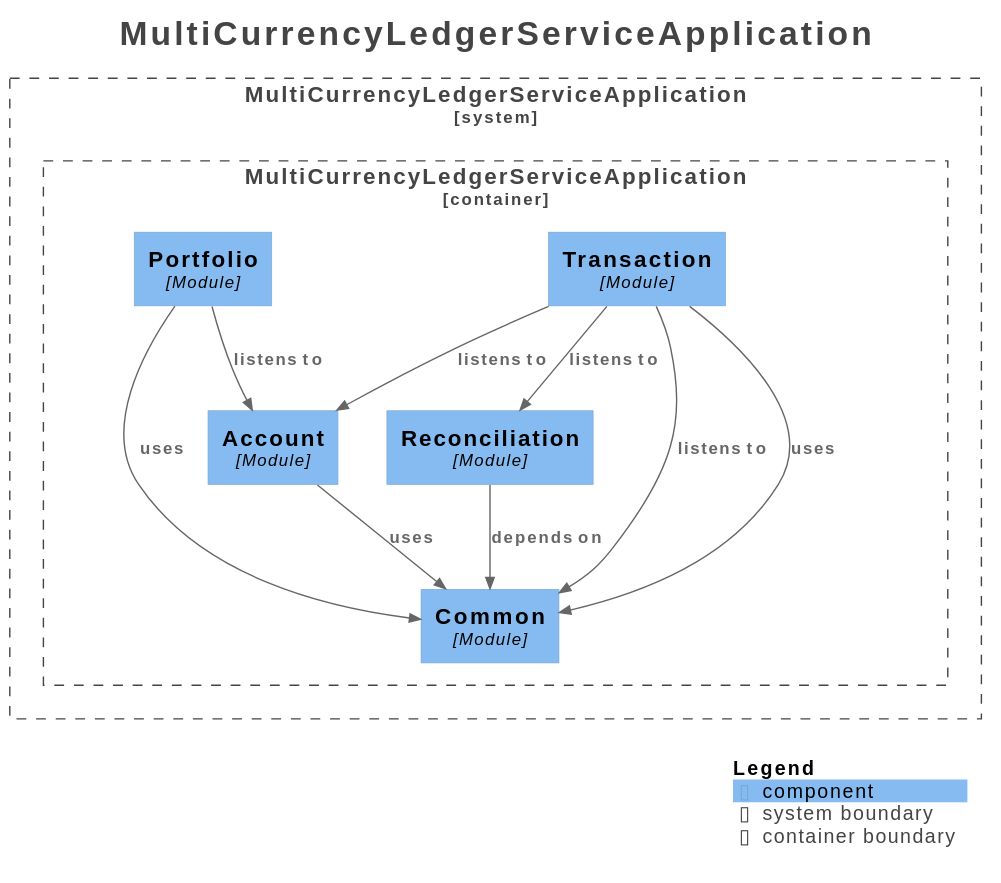
Before: docs/architecture/modulith/components.svg, a diagram exported from PlantUML (RaonJena99/multi-currency-ledger-service).
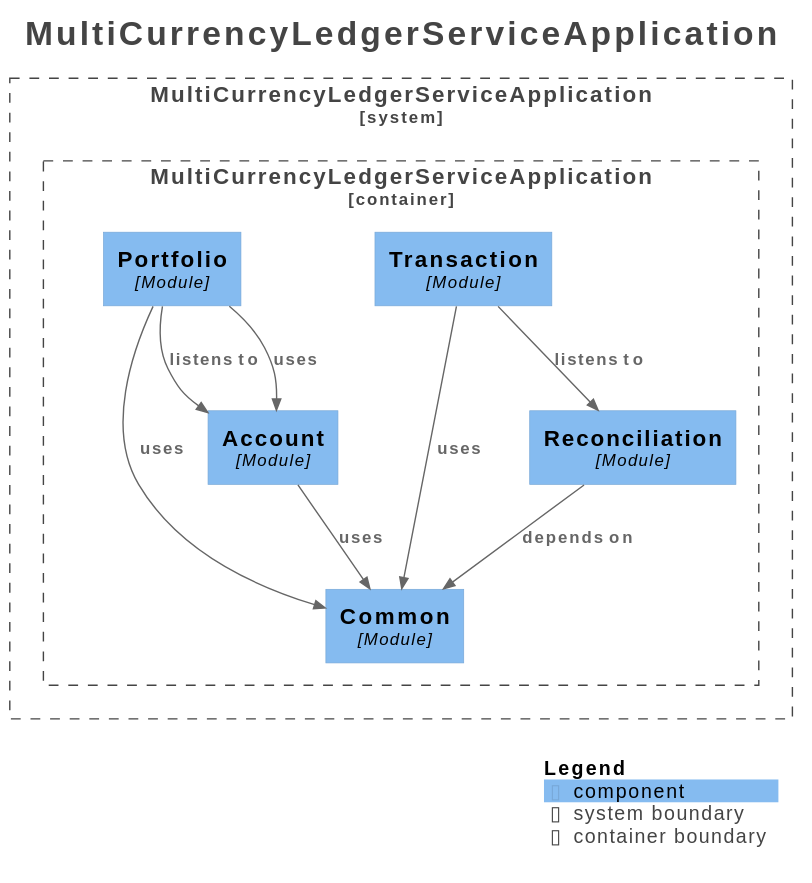
After the change.

Diff of the diagram source:
```diff
@@ -26,14 +26,13 @@
 
 }
 
-Rel(MultiCurrencyLedgerServiceApplication.MultiCurrencyLedgerServiceApplication.Portfolio, MultiCurrencyLedgerServiceApplication.MultiCurrencyLedgerServiceApplication.Common, "uses", $techn="", $tags="", $link="")
-Rel(MultiCurrencyLedgerServiceApplication.MultiCurrencyLedgerServiceApplication.Account, MultiCurrencyLedgerServiceApplication.MultiCurrencyLedgerServiceApplication.Common, "uses", $techn="", $tags="", $link="")
-Rel(MultiCurrencyLedgerServiceApplication.MultiCurrencyLedgerServiceApplication.Transaction, MultiCurrencyLedgerServiceApplication.MultiCurrencyLedgerServiceApplication.Account, "listens to", $techn="", $tags="", $link="")
-Rel(MultiCurrencyLedgerServiceApplication.MultiCurrencyLedgerServiceApplication.Transaction, MultiCurrencyLedgerServiceApplication.MultiCurrencyLedgerServiceApplication.Common, "listens to", $techn="", $tags="", $link="")
 Rel(MultiCurrencyLedgerServiceApplication.MultiCurrencyLedgerServiceApplication.Transaction, MultiCurrencyLedgerServiceApplication.MultiCurrencyLedgerServiceApplication.Reconciliation, "listens to", $techn="", $tags="", $link="")
 Rel(MultiCurrencyLedgerServiceApplication.MultiCurrencyLedgerServiceApplication.Transaction, MultiCurrencyLedgerServiceApplication.MultiCurrencyLedgerServiceApplication.Common, "uses", $techn="", $tags="", $link="")
+Rel(MultiCurrencyLedgerServiceApplication.MultiCurrencyLedgerServiceApplication.Portfolio, MultiCurrencyLedgerServiceApplication.MultiCurrencyLedgerServiceApplication.Account, "listens to", $techn="", $tags="", $link="")
+Rel(MultiCurrencyLedgerServiceApplication.MultiCurrencyLedgerServiceApplication.Portfolio, MultiCurrencyLedgerServiceApplication.MultiCurrencyLedgerServiceApplication.Common, "uses", $techn="", $tags="", $link="")
+Rel(MultiCurrencyLedgerServiceApplication.MultiCurrencyLedgerServiceApplication.Portfolio, MultiCurrencyLedgerServiceApplication.MultiCurrencyLedgerServiceApplication.Account, "uses", $techn="", $tags="", $link="")
 Rel(MultiCurrencyLedgerServiceApplication.MultiCurrencyLedgerServiceApplication.Reconciliation, MultiCurrencyLedgerServiceApplication.MultiCurrencyLedgerServiceApplication.Common, "depends on", $techn="", $tags="", $link="")
-Rel(MultiCurrencyLedgerServiceApplication.MultiCurrencyLedgerServiceApplication.Portfolio, MultiCurrencyLedgerServiceApplication.MultiCurrencyLedgerServiceApplication.Account, "listens to", $techn="", $tags="", $link="")
+Rel(MultiCurrencyLedgerServiceApplication.MultiCurrencyLedgerServiceApplication.Account, MultiCurrencyLedgerServiceApplication.MultiCurrencyLedgerServiceApplication.Common, "uses", $techn="", $tags="", $link="")
 
 SHOW_LEGEND(true)
 hide stereotypes
```
